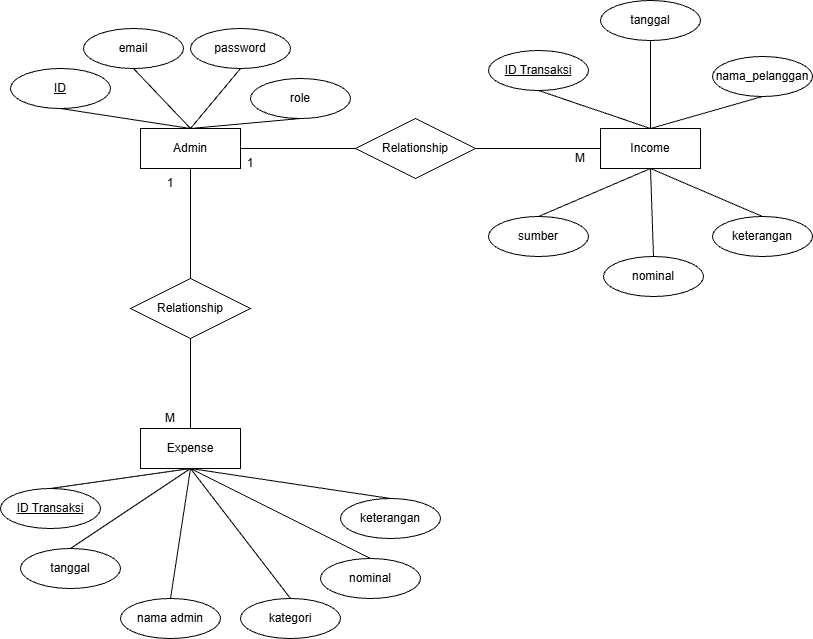
Joyce-Acia/PWL_Keuangan keeps this draw.io diagram as ERD TigaPilihan.drawio.png. Above is the earlier version. Source tidied: cells renumbered, new cells last; positions are measured from the earlier drawing's top-left corner, leaving out a move shared by most shapes.
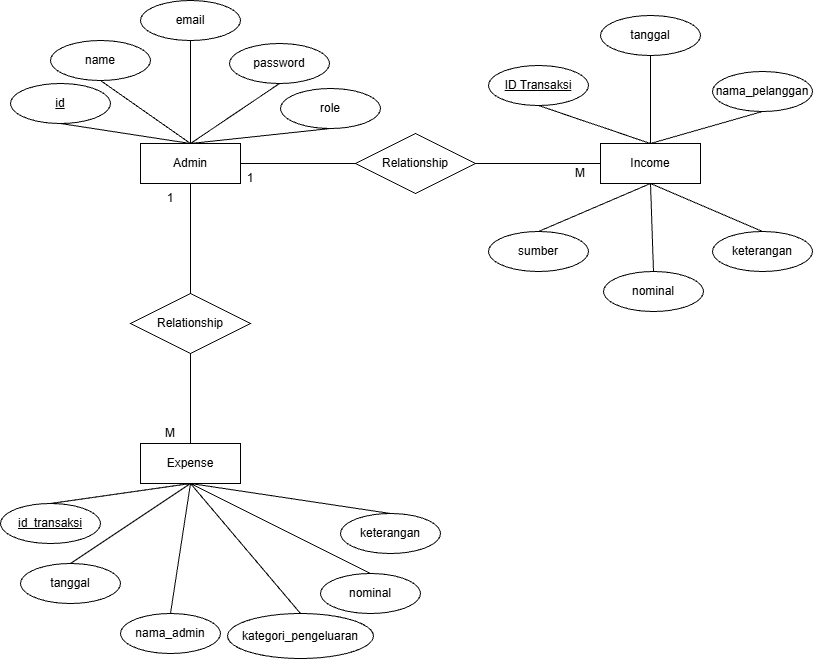
The same diagram one commit later.

Diff of the diagram source:
```diff
@@ -8,14 +8,14 @@
     <mxCell id="3" value="Income" style="whiteSpace=wrap;html=1;align=center;" parent="1" vertex="1">
       <mxGeometry x="600" y="128" width="100" height="40" as="geometry" />
     </mxCell>
-    <mxCell id="4" value="ID" style="ellipse;whiteSpace=wrap;html=1;align=center;fontStyle=4;" parent="1" vertex="1">
+    <mxCell id="4" value="id" style="ellipse;whiteSpace=wrap;html=1;align=center;fontStyle=4;" parent="1" vertex="1">
       <mxGeometry x="10" y="68" width="100" height="40" as="geometry" />
     </mxCell>
     <mxCell id="5" value="password" style="ellipse;whiteSpace=wrap;html=1;align=center;" parent="1" vertex="1">
-      <mxGeometry x="190" y="28" width="100" height="40" as="geometry" />
+      <mxGeometry x="229" y="28" width="100" height="40" as="geometry" />
     </mxCell>
     <mxCell id="6" value="email" style="ellipse;whiteSpace=wrap;html=1;align=center;" parent="1" vertex="1">
-      <mxGeometry x="83" y="28" width="100" height="40" as="geometry" />
+      <mxGeometry x="140" y="-15" width="100" height="40" as="geometry" />
     </mxCell>
     <mxCell id="7" style="endArrow=none;html=1;rounded=0;fontSize=12;startSize=8;endSize=8;curved=1;exitX=0.5;exitY=1;exitDx=0;exitDy=0;entryX=0.5;entryY=0;entryDx=0;entryDy=0;" parent="1" edge="1" source="4" target="2">
       <mxGeometry relative="1" as="geometry" />
@@ -29,7 +29,7 @@
       </mxGeometry>
     </mxCell>
     <mxCell id="10" value="role" style="ellipse;whiteSpace=wrap;html=1;align=center;" parent="1" vertex="1">
-      <mxGeometry x="250" y="78" width="100" height="40" as="geometry" />
+      <mxGeometry x="280" y="73" width="100" height="40" as="geometry" />
     </mxCell>
     <mxCell id="11" style="endArrow=none;html=1;rounded=0;fontSize=12;startSize=8;endSize=8;curved=1;exitX=0.5;exitY=1;exitDx=0;exitDy=0;" parent="1" edge="1" source="10">
       <mxGeometry relative="1" as="geometry">
@@ -69,7 +69,7 @@
     <mxCell id="22" value="Expense" style="whiteSpace=wrap;html=1;align=center;" parent="1" vertex="1">
       <mxGeometry x="140" y="428" width="100" height="40" as="geometry" />
     </mxCell>
-    <mxCell id="23" value="ID Transaksi" style="ellipse;whiteSpace=wrap;html=1;align=center;fontStyle=4;" parent="1" vertex="1">
+    <mxCell id="23" value="id_transaksi" style="ellipse;whiteSpace=wrap;html=1;align=center;fontStyle=4;" parent="1" vertex="1">
       <mxGeometry y="488" width="100" height="40" as="geometry" />
     </mxCell>
     <mxCell id="24" value="tanggal" style="ellipse;whiteSpace=wrap;html=1;align=center;" parent="1" vertex="1">
@@ -78,8 +78,8 @@
     <mxCell id="25" value="nominal" style="ellipse;whiteSpace=wrap;html=1;align=center;" parent="1" vertex="1">
       <mxGeometry x="320" y="558" width="100" height="40" as="geometry" />
     </mxCell>
-    <mxCell id="26" value="kategori" style="ellipse;whiteSpace=wrap;html=1;align=center;" parent="1" vertex="1">
-      <mxGeometry x="240" y="598" width="100" height="40" as="geometry" />
+    <mxCell id="26" value="kategori_pengeluaran" style="ellipse;whiteSpace=wrap;html=1;align=center;" parent="1" vertex="1">
+      <mxGeometry x="227" y="598" width="146" height="45" as="geometry" />
     </mxCell>
     <mxCell id="27" value="keterangan" style="ellipse;whiteSpace=wrap;html=1;align=center;" parent="1" vertex="1">
       <mxGeometry x="340" y="498" width="100" height="40" as="geometry" />
@@ -99,7 +99,7 @@
     <mxCell id="32" style="endArrow=none;html=1;rounded=0;fontSize=12;startSize=8;endSize=8;curved=1;exitX=0.5;exitY=0;exitDx=0;exitDy=0;entryX=0.5;entryY=1;entryDx=0;entryDy=0;" parent="1" edge="1" source="27" target="22">
       <mxGeometry relative="1" as="geometry" />
     </mxCell>
-    <mxCell id="33" value="nama admin" style="ellipse;whiteSpace=wrap;html=1;align=center;" parent="1" vertex="1">
+    <mxCell id="33" value="nama_admin" style="ellipse;whiteSpace=wrap;html=1;align=center;" parent="1" vertex="1">
       <mxGeometry x="120" y="598" width="100" height="40" as="geometry" />
     </mxCell>
     <mxCell id="34" style="endArrow=none;html=1;rounded=0;fontSize=12;startSize=8;endSize=8;curved=1;exitX=0.5;exitY=0;exitDx=0;exitDy=0;entryX=0.5;entryY=1;entryDx=0;entryDy=0;" parent="1" edge="1" source="33" target="22">
@@ -141,5 +141,11 @@
     <mxCell id="46" style="endArrow=none;html=1;rounded=0;fontSize=12;startSize=8;endSize=8;curved=1;entryX=0.5;entryY=0;entryDx=0;entryDy=0;exitX=0.5;exitY=1;exitDx=0;exitDy=0;" parent="1" edge="1" source="3" target="45">
       <mxGeometry relative="1" as="geometry" />
     </mxCell>
+    <mxCell id="47" value="name" style="ellipse;whiteSpace=wrap;html=1;align=center;" parent="1" vertex="1">
+      <mxGeometry x="50" y="25" width="100" height="40" as="geometry" />
+    </mxCell>
+    <mxCell id="48" style="endArrow=none;html=1;rounded=0;fontSize=12;startSize=8;endSize=8;curved=1;exitX=0.5;exitY=1;exitDx=0;exitDy=0;entryX=0.5;entryY=0;entryDx=0;entryDy=0;" parent="1" edge="1" source="47" target="2">
+      <mxGeometry relative="1" as="geometry" />
+    </mxCell>
   </root>
 </mxGraphModel>
```
